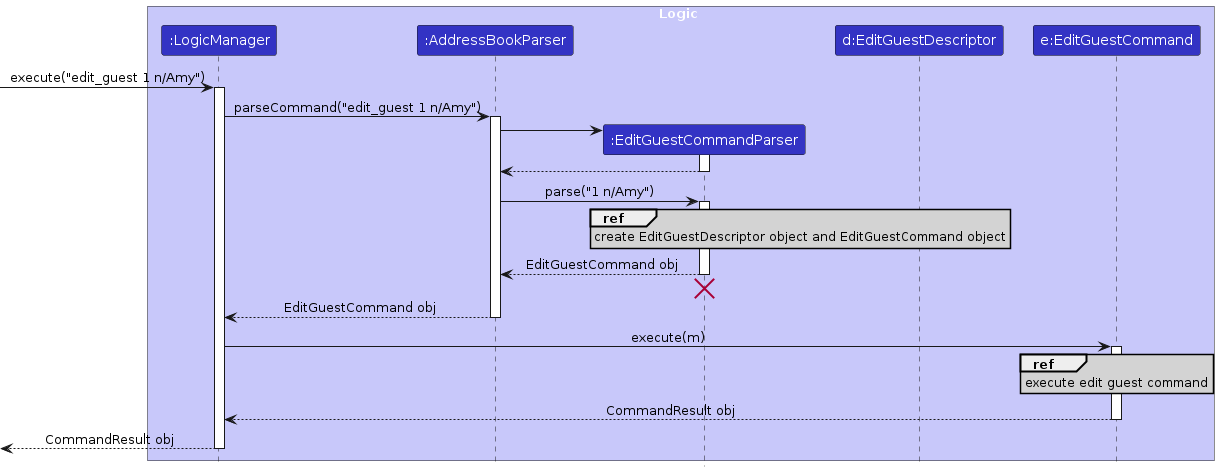
Above: diagrams/EditGuestSequenceDiagramP1.png in AY2425S1-CS2103T-F09-3/tp (PlantUML), before the change. Its source is kept beside it as diagrams/EditGuestSequenceDiagramP1.puml.
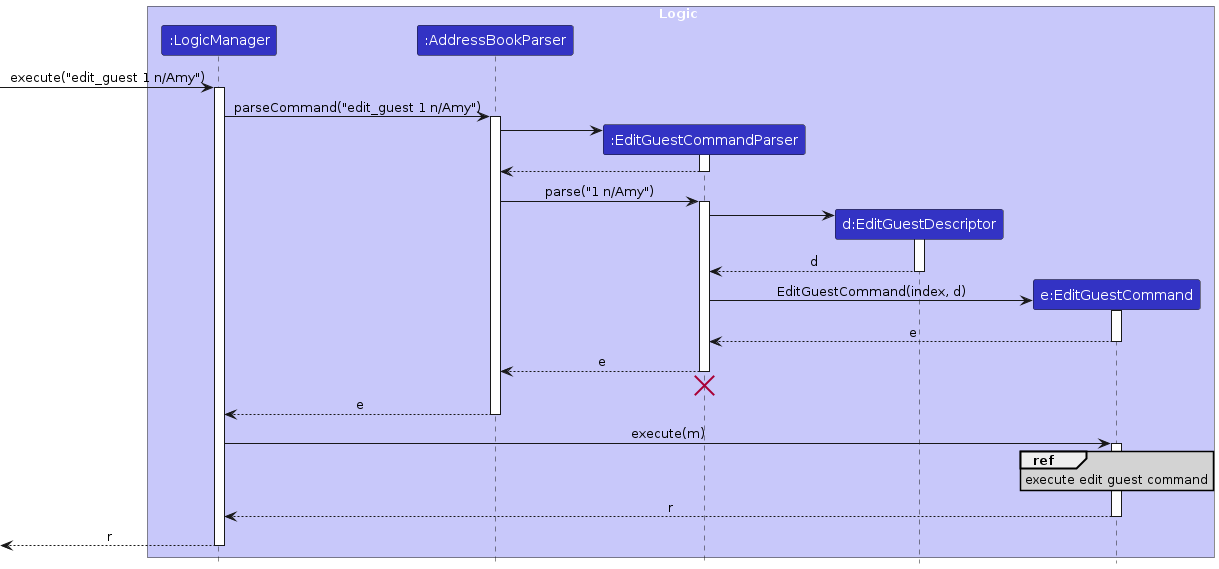
After the change.

What changed in the source:
```diff
@@ -27,16 +27,26 @@
 AddressBookParser -> EditGuestCommandParser : parse("1 n/Amy")
 activate EditGuestCommandParser
 
-ref over EditGuestCommandParser
-    create EditGuestDescriptor object and EditGuestCommand object
-end ref
+create EditGuestDescriptor
+EditGuestCommandParser -> EditGuestDescriptor
+activate EditGuestDescriptor
 
-EditGuestCommandParser --> AddressBookParser : EditGuestCommand obj
+EditGuestDescriptor --> EditGuestCommandParser : d
+deactivate EditGuestDescriptor
+
+create EditGuestCommand
+EditGuestCommandParser -> EditGuestCommand : EditGuestCommand(index, d)
+activate EditGuestCommand
+
+EditGuestCommand --> EditGuestCommandParser : e
+deactivate EditGuestCommand
+
+EditGuestCommandParser --> AddressBookParser : e
 deactivate EditGuestCommandParser
 EditGuestCommandParser -[hidden]-> AddressBookParser
 destroy EditGuestCommandParser
 
-AddressBookParser --> LogicManager : EditGuestCommand obj
+AddressBookParser --> LogicManager : e
 deactivate AddressBookParser
 
 LogicManager -> EditGuestCommand : execute(m)
@@ -46,10 +56,10 @@
     execute edit guest command
 end ref
 
-EditGuestCommand --> LogicManager : CommandResult obj
+EditGuestCommand --> LogicManager : r
 deactivate EditGuestCommand
 
-[<--LogicManager : CommandResult obj
+[<--LogicManager : r
 deactivate LogicManager
 
 @enduml
```
